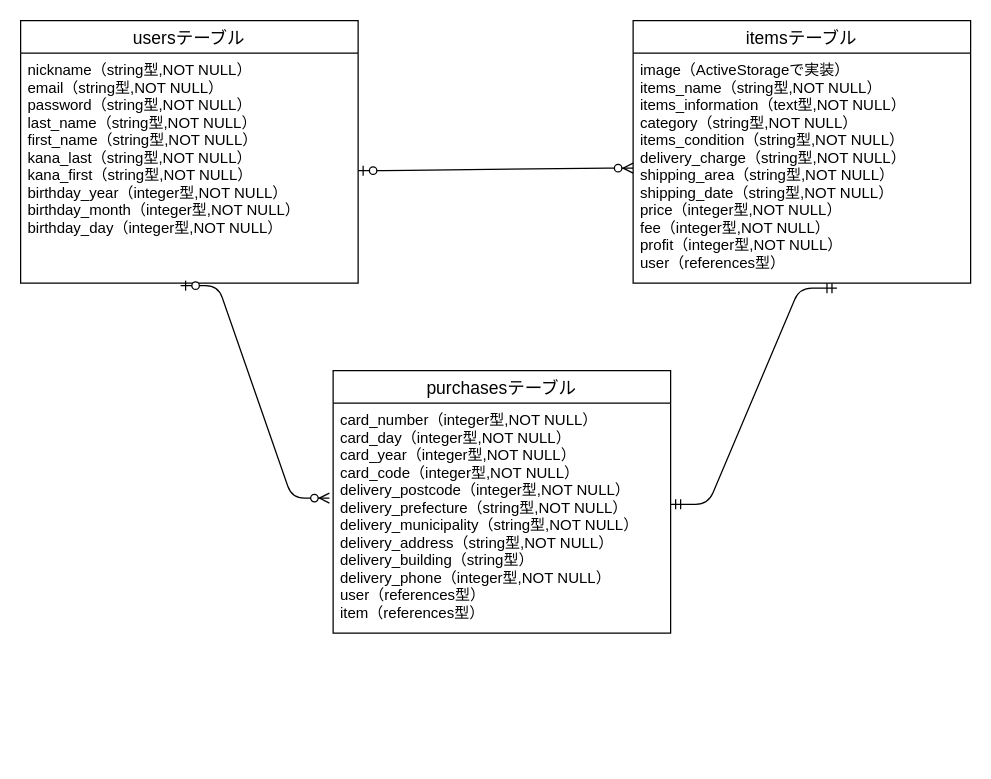
The draw.io diagram furima.dio in Kazutosi110/furima-35234, before the edit. Source tidied: cells renumbered, new cells numbered last; positions are measured from the earlier drawing's top-left corner, leaving out a move shared by most shapes. Both pictures are drawn from the tidied source at 125%, with x=0, y=0 at pixel (20, 20).
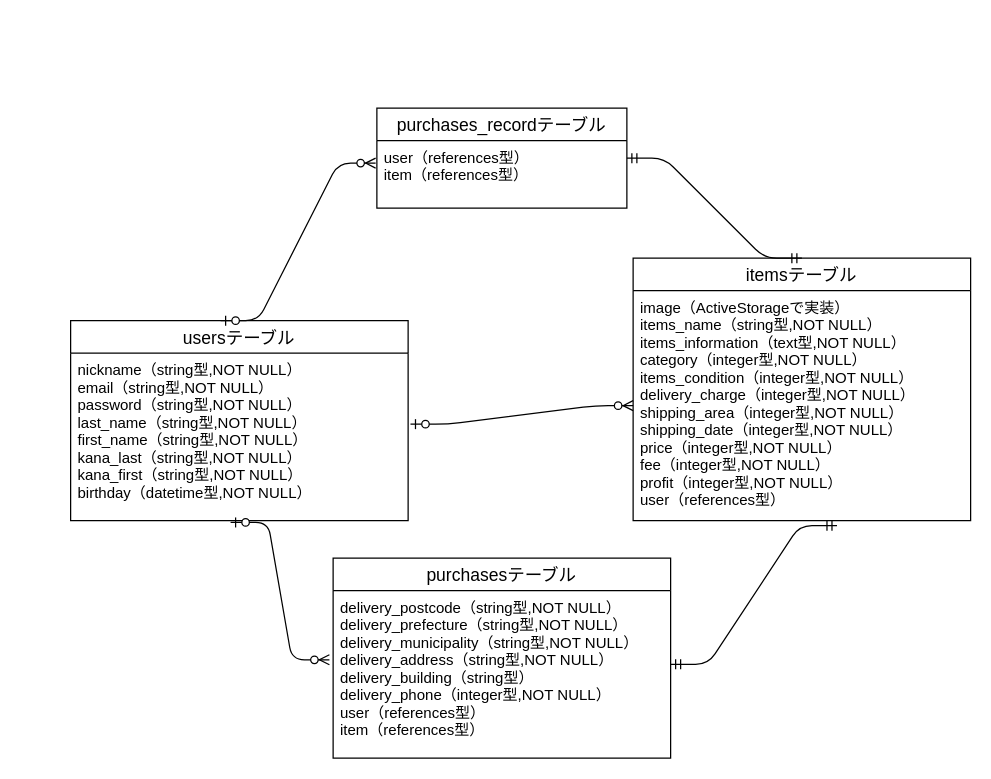
After the change.

Commit message (it also covers changes not shown here):
ER図・READMEの作成の直し

What changed in the source:
```diff
@@
 <mxGraphModel>
   <root>
     <mxCell id="0" />
     <mxCell id="1" parent="0" />
     <mxCell id="2" value="usersテーブル" style="swimlane;fontStyle=0;horizontal=1;startSize=26;align=center;fontSize=14;" parent="1" vertex="1">
-      <mxGeometry width="270" height="210" as="geometry" />
+      <mxGeometry x="40" y="240" width="270" height="160" as="geometry" />
     </mxCell>
-    <mxCell id="3" value="nickname（string型,NOT NULL）&#10;email（string型,NOT NULL）&#10;password（string型,NOT NULL）&#10;last_name（string型,NOT NULL）&#10;first_name（string型,NOT NULL）&#10;kana_last（string型,NOT NULL）&#10;kana_first（string型,NOT NULL）&#10;birthday_year（integer型,NOT NULL）&#10;birthday_month（integer型,NOT NULL）&#10;birthday_day（integer型,NOT NULL）&#10;" style="text;strokeColor=none;fillColor=none;spacingLeft=4;spacingRight=4;overflow=hidden;points=[[0,0.5],[1,0.5]];portConstraint=eastwest;fontSize=12;" parent="2" vertex="1">
-      <mxGeometry y="26" width="270" height="184" as="geometry" />
+    <mxCell id="3" value="nickname（string型,NOT NULL）&#10;email（string型,NOT NULL）&#10;password（string型,NOT NULL）&#10;last_name（string型,NOT NULL）&#10;first_name（string型,NOT NULL）&#10;kana_last（string型,NOT NULL）&#10;kana_first（string型,NOT NULL）&#10;birthday（datetime型,NOT NULL）" style="text;strokeColor=none;fillColor=none;spacingLeft=4;spacingRight=4;overflow=hidden;points=[[0,0.5],[1,0.5]];portConstraint=eastwest;fontSize=12;" parent="2" vertex="1">
+      <mxGeometry y="26" width="270" height="134" as="geometry" />
     </mxCell>
     <mxCell id="4" style="edgeStyle=orthogonalEdgeStyle;rounded=0;orthogonalLoop=1;jettySize=auto;html=1;exitX=1;exitY=0.5;exitDx=0;exitDy=0;" parent="2" edge="1" source="3" target="3">
       <mxGeometry relative="1" as="geometry" />
     </mxCell>
     <mxCell id="5" value="itemsテーブル" style="swimlane;fontStyle=0;horizontal=1;startSize=26;align=center;fontSize=14;" parent="1" vertex="1">
-      <mxGeometry x="490" width="270" height="210" as="geometry" />
+      <mxGeometry x="490" y="190" width="270" height="210" as="geometry" />
     </mxCell>
-    <mxCell id="6" value="image（ActiveStorageで実装）&#10;items_name（string型,NOT NULL）&#10;items_information（text型,NOT NULL）&#10;category（string型,NOT NULL）&#10;items_condition（string型,NOT NULL）&#10;delivery_charge（string型,NOT NULL）&#10;shipping_area（string型,NOT NULL）&#10;shipping_date（string型,NOT NULL）&#10;price（integer型,NOT NULL）&#10;fee（integer型,NOT NULL）&#10;profit（integer型,NOT NULL）&#10;user（references型）" style="text;strokeColor=none;fillColor=none;spacingLeft=4;spacingRight=4;overflow=hidden;points=[[0,0.5],[1,0.5]];portConstraint=eastwest;fontSize=12;" parent="5" vertex="1">
+    <mxCell id="6" value="image（ActiveStorageで実装）&#10;items_name（string型,NOT NULL）&#10;items_information（text型,NOT NULL）&#10;category（integer型,NOT NULL）&#10;items_condition（integer型,NOT NULL）&#10;delivery_charge（integer型,NOT NULL）&#10;shipping_area（integer型,NOT NULL）&#10;shipping_date（integer型,NOT NULL）&#10;price（integer型,NOT NULL）&#10;fee（integer型,NOT NULL）&#10;profit（integer型,NOT NULL）&#10;user（references型）" style="text;strokeColor=none;fillColor=none;spacingLeft=4;spacingRight=4;overflow=hidden;points=[[0,0.5],[1,0.5]];portConstraint=eastwest;fontSize=12;" parent="5" vertex="1">
       <mxGeometry y="26" width="270" height="184" as="geometry" />
     </mxCell>
     <mxCell id="7" value="purchasesテーブル" style="swimlane;fontStyle=0;horizontal=1;startSize=26;align=center;fontSize=14;" parent="1" vertex="1">
-      <mxGeometry x="250" y="280" width="270" height="210" as="geometry" />
+      <mxGeometry x="250" y="430" width="270" height="160" as="geometry" />
     </mxCell>
-    <mxCell id="8" value="card_number（integer型,NOT NULL）&#10;card_day（integer型,NOT NULL）&#10;card_year（integer型,NOT NULL）&#10;card_code（integer型,NOT NULL）&#10;delivery_postcode（integer型,NOT NULL）&#10;delivery_prefecture（string型,NOT NULL）&#10;delivery_municipality（string型,NOT NULL）&#10;delivery_address（string型,NOT NULL）&#10;delivery_building（string型）&#10;delivery_phone（integer型,NOT NULL）&#10;user（references型）&#10;item（references型）" style="text;strokeColor=none;fillColor=none;spacingLeft=4;spacingRight=4;overflow=hidden;points=[[0,0.5],[1,0.5]];portConstraint=eastwest;fontSize=12;" parent="7" vertex="1">
-      <mxGeometry y="26" width="270" height="184" as="geometry" />
+    <mxCell id="8" value="delivery_postcode（string型,NOT NULL）&#10;delivery_prefecture（string型,NOT NULL）&#10;delivery_municipality（string型,NOT NULL）&#10;delivery_address（string型,NOT NULL）&#10;delivery_building（string型）&#10;delivery_phone（integer型,NOT NULL）&#10;user（references型）&#10;item（references型）" style="text;strokeColor=none;fillColor=none;spacingLeft=4;spacingRight=4;overflow=hidden;points=[[0,0.5],[1,0.5]];portConstraint=eastwest;fontSize=12;" parent="7" vertex="1">
+      <mxGeometry y="26" width="270" height="134" as="geometry" />
     </mxCell>
-    <mxCell id="9" style="edgeStyle=entityRelationEdgeStyle;fontSize=12;html=1;endArrow=ERzeroToMany;startArrow=ERzeroToOne;" parent="1" edge="1">
-      <mxGeometry relative="1" as="geometry">
-        <mxPoint x="270" y="120" as="sourcePoint" />
-        <mxPoint x="490" y="118" as="targetPoint" />
-      </mxGeometry>
+    <mxCell id="9" style="edgeStyle=entityRelationEdgeStyle;fontSize=12;html=1;endArrow=ERzeroToMany;startArrow=ERzeroToOne;exitX=1.007;exitY=0.424;exitDx=0;exitDy=0;exitPerimeter=0;" parent="1" edge="1" source="3" target="6">
+      <mxGeometry relative="1" as="geometry" />
     </mxCell>
     <mxCell id="10" style="edgeStyle=entityRelationEdgeStyle;fontSize=12;html=1;endArrow=ERzeroToMany;startArrow=ERzeroToOne;exitX=0.474;exitY=1.011;exitDx=0;exitDy=0;exitPerimeter=0;entryX=-0.011;entryY=0.413;entryDx=0;entryDy=0;entryPerimeter=0;" parent="1" edge="1" source="3" target="8">
       <mxGeometry relative="1" as="geometry" />
     </mxCell>
     <mxCell id="11" style="edgeStyle=entityRelationEdgeStyle;fontSize=12;html=1;endArrow=ERmandOne;startArrow=ERmandOne;entryX=0.604;entryY=1.022;entryDx=0;entryDy=0;entryPerimeter=0;exitX=1;exitY=0.44;exitDx=0;exitDy=0;exitPerimeter=0;" parent="1" edge="1" source="8" target="6">
       <mxGeometry relative="1" as="geometry" />
     </mxCell>
+    <mxCell id="12" value="purchases_recordテーブル" style="swimlane;fontStyle=0;horizontal=1;startSize=26;align=center;fontSize=14;" parent="1" vertex="1">
+      <mxGeometry x="285" y="70" width="200" height="80" as="geometry" />
+    </mxCell>
+    <mxCell id="13" value="user（references型）&#10;item（references型）" style="text;strokeColor=none;fillColor=none;spacingLeft=4;spacingRight=4;overflow=hidden;points=[[0,0.5],[1,0.5]];portConstraint=eastwest;fontSize=12;" parent="12" vertex="1">
+      <mxGeometry y="26" width="200" height="54" as="geometry" />
+    </mxCell>
+    <mxCell id="14" style="edgeStyle=entityRelationEdgeStyle;fontSize=12;html=1;endArrow=ERzeroToMany;startArrow=ERzeroToOne;entryX=-0.005;entryY=0.333;entryDx=0;entryDy=0;entryPerimeter=0;" parent="1" edge="1" target="13">
+      <mxGeometry relative="1" as="geometry">
+        <mxPoint x="160" y="240" as="sourcePoint" />
+      </mxGeometry>
+    </mxCell>
+    <mxCell id="15" style="edgeStyle=entityRelationEdgeStyle;fontSize=12;html=1;endArrow=ERmandOne;startArrow=ERmandOne;entryX=0.5;entryY=0;entryDx=0;entryDy=0;" parent="1" edge="1" target="5">
+      <mxGeometry relative="1" as="geometry">
+        <mxPoint x="485" y="110" as="sourcePoint" />
+      </mxGeometry>
+    </mxCell>
   </root>
 </mxGraphModel>
```
